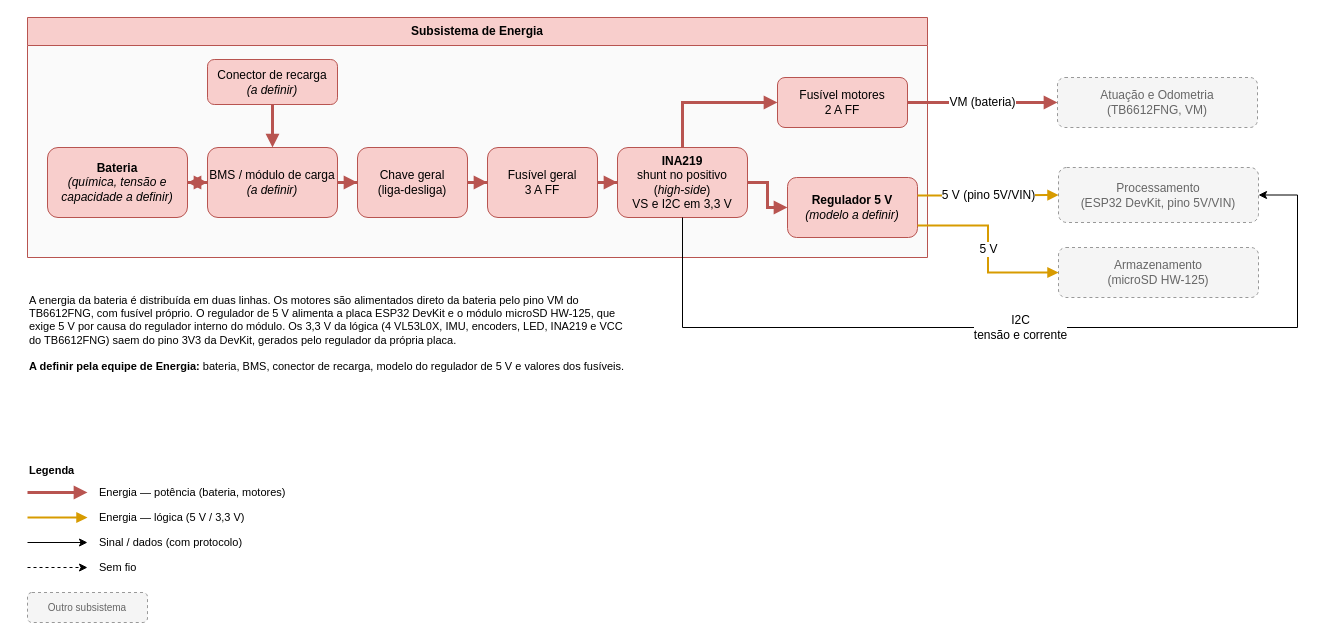
This is page "Energia" (2 of 6) of hw/Placa de Integração/Diagrama de blocos/Diagrama de blocos.drawio from fcte-pi1/2026.2_PI1_Grupo2_Hilmer, a draw.io file, before an edit. Source tidied: cells renumbered, new cells numbered last; positions are measured from the earlier drawing's top-left corner, leaving out a move shared by most shapes. Both pictures are drawn from the tidied source at 100%, with x=0, y=0 at pixel (27, 17).
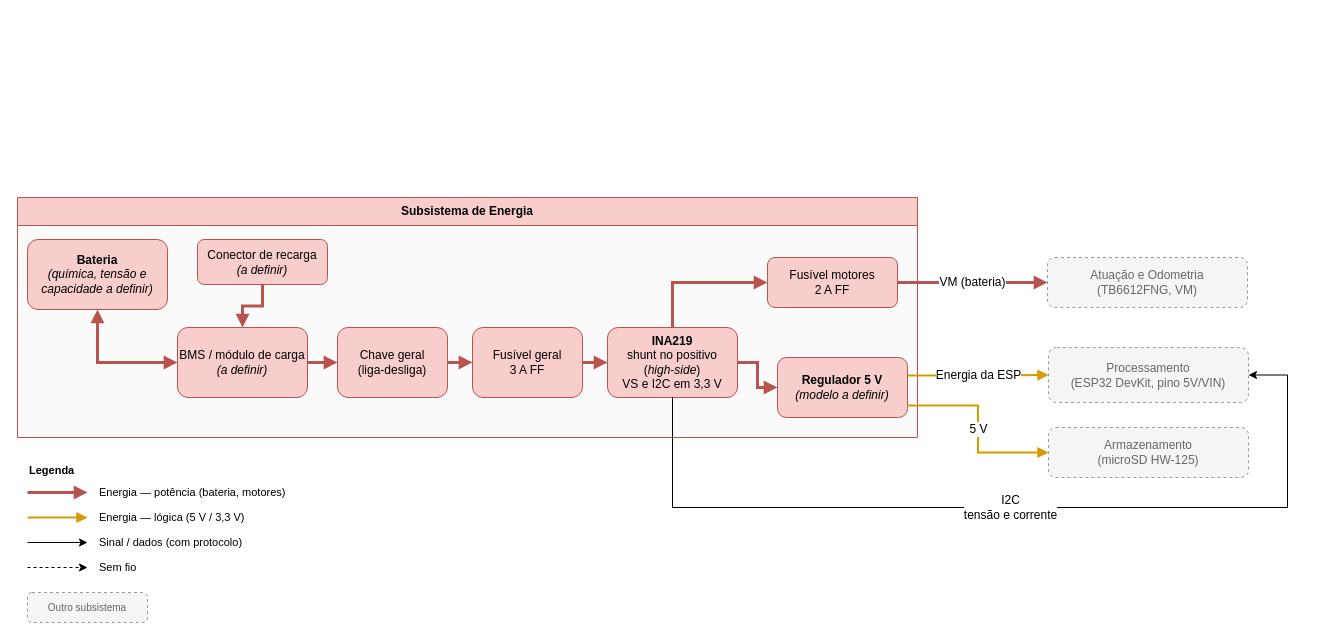
The same page after the edit.

Unchanged cells that the change refers to:
```xml
<mxCell id="8" value="&lt;b&gt;INA219&lt;/b&gt;&lt;br&gt;shunt no positivo&lt;br&gt;(&lt;i&gt;high-side&lt;/i&gt;)&lt;br&gt;VS e I2C em 3,3 V" style="rounded=1;whiteSpace=wrap;html=1;fillColor=#f8cecc;strokeColor=#b85450;" parent="2" vertex="1">
  <mxGeometry x="590" y="130" width="130" height="70" as="geometry" />
</mxCell>
<mxCell id="9" value="Fusível motores&lt;br&gt;2 A FF" style="rounded=1;whiteSpace=wrap;html=1;fillColor=#f8cecc;strokeColor=#b85450;" parent="2" vertex="1">
  <mxGeometry x="750" y="60" width="130" height="50" as="geometry" />
</mxCell>
<mxCell id="10" value="&lt;b&gt;Regulador 5 V&lt;/b&gt;&lt;br&gt;&lt;i&gt;(modelo a definir)&lt;/i&gt;" style="rounded=1;whiteSpace=wrap;html=1;fillColor=#f8cecc;strokeColor=#b85450;" parent="2" vertex="1">
  <mxGeometry x="760" y="160" width="130" height="60" as="geometry" />
</mxCell>
```

What changed in the source:
```diff
@@
     <mxCell id="2" value="Subsistema de Energia" style="swimlane;whiteSpace=wrap;html=1;startSize=28;fillColor=#f8cecc;strokeColor=#b85450;swimlaneFillColor=#FAFAFA;fontStyle=1;" parent="1" vertex="1">
-      <mxGeometry width="900" height="240" as="geometry" />
+      <mxGeometry x="-10" y="180" width="900" height="240" as="geometry" />
     </mxCell>
@@
     <mxCell id="4" value="&lt;b&gt;Bateria&lt;/b&gt;&lt;br&gt;&lt;i&gt;(química, tensão e&lt;br&gt;capacidade a definir)&lt;/i&gt;" style="rounded=1;whiteSpace=wrap;html=1;fillColor=#f8cecc;strokeColor=#b85450;" parent="2" vertex="1">
-      <mxGeometry x="20" y="130" width="140" height="70" as="geometry" />
+      <mxGeometry x="10" y="42" width="140" height="70" as="geometry" />
     </mxCell>
     <mxCell id="5" value="BMS / módulo de carga&lt;br&gt;&lt;i&gt;(a definir)&lt;/i&gt;" style="rounded=1;whiteSpace=wrap;html=1;fillColor=#f8cecc;strokeColor=#b85450;" parent="2" vertex="1">
-      <mxGeometry x="180" y="130" width="130" height="70" as="geometry" />
+      <mxGeometry x="160" y="130" width="130" height="70" as="geometry" />
     </mxCell>
     <mxCell id="6" value="Chave geral&lt;br&gt;(liga-desliga)" style="rounded=1;whiteSpace=wrap;html=1;fillColor=#f8cecc;strokeColor=#b85450;" parent="2" vertex="1">
-      <mxGeometry x="330" y="130" width="110" height="70" as="geometry" />
+      <mxGeometry x="320" y="130" width="110" height="70" as="geometry" />
     </mxCell>
     <mxCell id="7" value="Fusível geral&lt;br&gt;3 A FF" style="rounded=1;whiteSpace=wrap;html=1;fillColor=#f8cecc;strokeColor=#b85450;" parent="2" vertex="1">
-      <mxGeometry x="460" y="130" width="110" height="70" as="geometry" />
+      <mxGeometry x="455" y="130" width="110" height="70" as="geometry" />
     </mxCell>
@@
+    <mxCell id="15" style="edgeStyle=orthogonalEdgeStyle;rounded=0;jettySize=auto;html=1;labelBackgroundColor=#FFFFFF;fontSize=10;strokeWidth=3;strokeColor=#B85450;endArrow=block;endFill=1;startArrow=block;startFill=1;exitX=0.5;exitY=1;exitDx=0;exitDy=0;entryX=0;entryY=0.5;entryDx=0;entryDy=0;" parent="2" edge="1" source="4" target="5">
+      <mxGeometry relative="1" as="geometry">
+        <Array as="points">
+          <mxPoint x="80" y="165" />
+        </Array>
+      </mxGeometry>
+    </mxCell>
     <mxCell id="11" value="Atuação e Odometria&lt;br&gt;(TB6612FNG, VM)" style="rounded=1;whiteSpace=wrap;html=1;fillColor=#f5f5f5;strokeColor=#999999;dashed=1;fontColor=#666666;" parent="1" vertex="1">
-      <mxGeometry x="1030" y="60" width="200" height="50" as="geometry" />
+      <mxGeometry x="1020" y="240" width="200" height="50" as="geometry" />
     </mxCell>
     <mxCell id="12" value="Processamento&lt;br&gt;(ESP32 DevKit, pino 5V/VIN)" style="rounded=1;whiteSpace=wrap;html=1;fillColor=#f5f5f5;strokeColor=#999999;dashed=1;fontColor=#666666;" parent="1" vertex="1">
-      <mxGeometry x="1031" y="150" width="200" height="55" as="geometry" />
+      <mxGeometry x="1021" y="330" width="200" height="55" as="geometry" />
     </mxCell>
     <mxCell id="13" value="Armazenamento&lt;br&gt;(microSD HW-125)" style="rounded=1;whiteSpace=wrap;html=1;fillColor=#f5f5f5;strokeColor=#999999;dashed=1;fontColor=#666666;" parent="1" vertex="1">
-      <mxGeometry x="1031" y="230" width="200" height="50" as="geometry" />
+      <mxGeometry x="1021" y="410" width="200" height="50" as="geometry" />
     </mxCell>
@@
-    <mxCell id="15" style="edgeStyle=orthogonalEdgeStyle;rounded=0;jettySize=auto;html=1;labelBackgroundColor=#FFFFFF;fontSize=10;strokeWidth=3;strokeColor=#B85450;endArrow=block;endFill=1;startArrow=block;startFill=1;" parent="1" edge="1" source="4" target="5">
-      <mxGeometry relative="1" as="geometry" />
-    </mxCell>
@@
     <mxCell id="19" style="edgeStyle=orthogonalEdgeStyle;rounded=0;jettySize=auto;html=1;labelBackgroundColor=#FFFFFF;fontSize=10;strokeWidth=3;strokeColor=#B85450;endArrow=block;endFill=1;exitX=0.5;exitY=0;exitDx=0;exitDy=0;entryX=0;entryY=0.5;entryDx=0;entryDy=0;" parent="1" edge="1" source="8" target="9">
       <mxGeometry relative="1" as="geometry">
         <Array as="points">
-          <mxPoint x="655" y="85" />
+          <mxPoint x="645" y="265" />
         </Array>
       </mxGeometry>
     </mxCell>
@@
-    <mxCell id="22" value="&lt;font style=&quot;font-size: 12px;&quot;&gt;5 V (pino 5V/VIN)&lt;/font&gt;" style="edgeStyle=orthogonalEdgeStyle;rounded=0;jettySize=auto;html=1;labelBackgroundColor=#FFFFFF;fontSize=10;strokeWidth=2;strokeColor=#D79B00;endArrow=block;endFill=1;exitX=1;exitY=0.3;exitDx=0;exitDy=0;entryX=0;entryY=0.5;entryDx=0;entryDy=0;" parent="1" edge="1" source="10" target="12">
+    <mxCell id="22" value="&lt;font style=&quot;font-size: 12px;&quot;&gt;Energia da ESP&lt;/font&gt;" style="edgeStyle=orthogonalEdgeStyle;rounded=0;jettySize=auto;html=1;labelBackgroundColor=#FFFFFF;fontSize=10;strokeWidth=2;strokeColor=#D79B00;endArrow=block;endFill=1;exitX=1;exitY=0.3;exitDx=0;exitDy=0;entryX=0;entryY=0.5;entryDx=0;entryDy=0;" parent="1" edge="1" source="10" target="12">
       <mxGeometry relative="1" as="geometry" />
     </mxCell>
@@
     <mxCell id="24" value="&lt;font style=&quot;font-size: 12px;&quot;&gt;I2C&lt;br&gt;tensão e corrente&lt;/font&gt;" style="edgeStyle=orthogonalEdgeStyle;rounded=0;jettySize=auto;html=1;labelBackgroundColor=#FFFFFF;fontSize=10;strokeWidth=1;endArrow=classic;endFill=1;exitX=0.5;exitY=1;exitDx=0;exitDy=0;entryX=1;entryY=0.5;entryDx=0;entryDy=0;" parent="1" edge="1" source="8" target="12">
       <mxGeometry relative="1" as="geometry">
         <Array as="points">
-          <mxPoint x="655" y="310" />
-          <mxPoint x="1270" y="310" />
-          <mxPoint x="1270" y="177.5" />
+          <mxPoint x="645" y="490" />
+          <mxPoint x="1260" y="490" />
+          <mxPoint x="1260" y="357.5" />
         </Array>
       </mxGeometry>
     </mxCell>
-    <mxCell id="25" value="A energia da bateria é distribuída em duas linhas. Os motores são alimentados direto da bateria pelo pino VM do TB6612FNG, com fusível próprio. O regulador de 5 V alimenta a placa ESP32 DevKit e o módulo microSD HW-125, que exige 5 V por causa do regulador interno do módulo. Os 3,3 V da lógica (4 VL53L0X, IMU, encoders, LED, INA219 e VCC do TB6612FNG) saem do pino 3V3 da DevKit, gerados pelo regulador da própria placa.&lt;br&gt;&lt;br&gt;&lt;b&gt;A definir pela equipe de Energia:&lt;/b&gt; bateria, BMS, conector de recarga, modelo do regulador de 5 V e valores dos fusíveis." style="text;html=1;align=left;verticalAlign=top;whiteSpace=wrap;fontSize=11;" parent="1" vertex="1">
-      <mxGeometry y="270" width="600" height="105" as="geometry" />
-    </mxCell>
```
